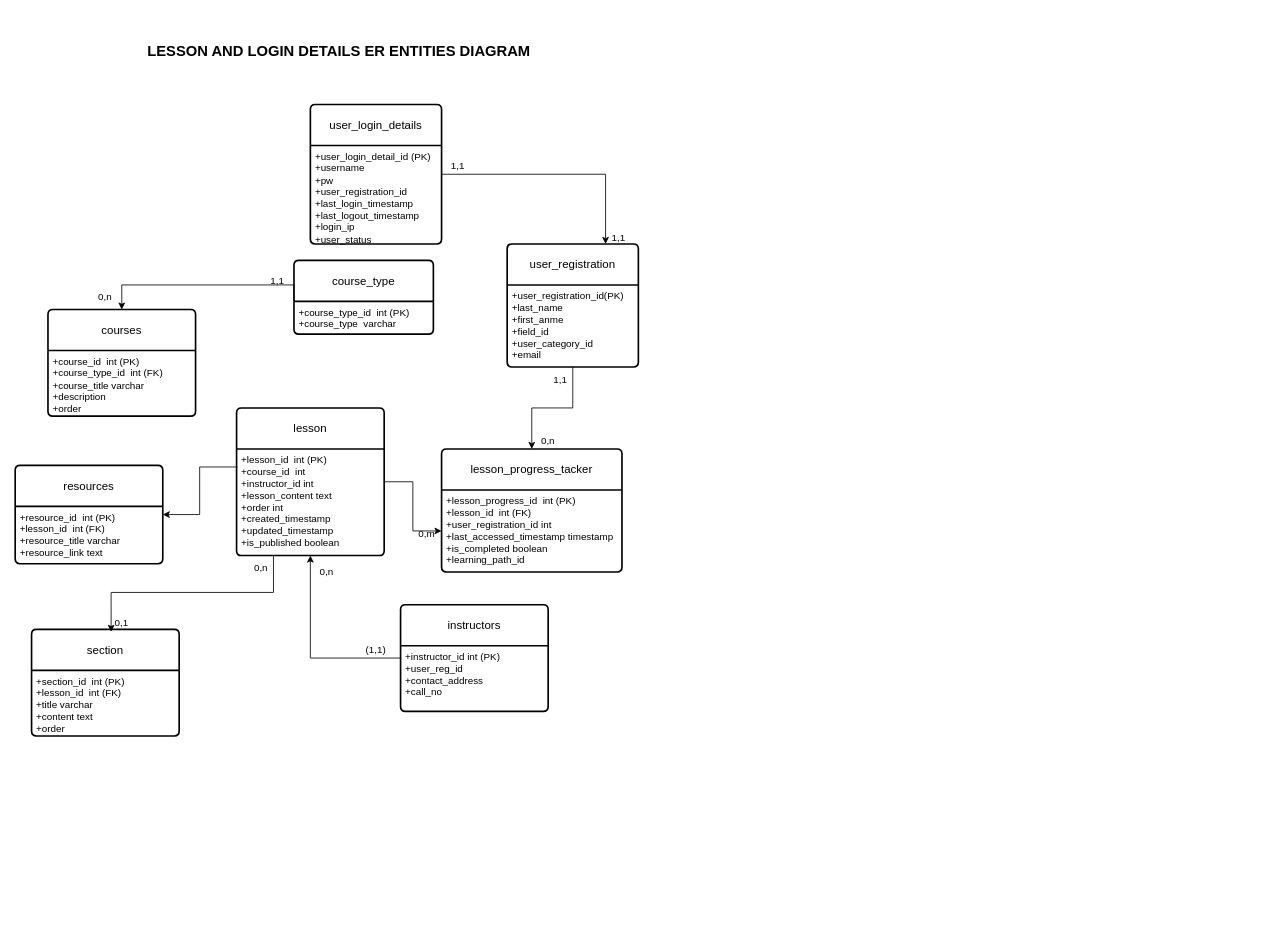
This is illusion db schema models.drawio from The-Illusion-services/illusion-BE, a draw.io file, before an edit. Source tidied: cells renumbered, new cells numbered last; positions are measured from the earlier drawing's top-left corner, leaving out a move shared by most shapes. Both pictures are drawn from the tidied source at 82%, with x=0, y=0 at pixel (15, 39).
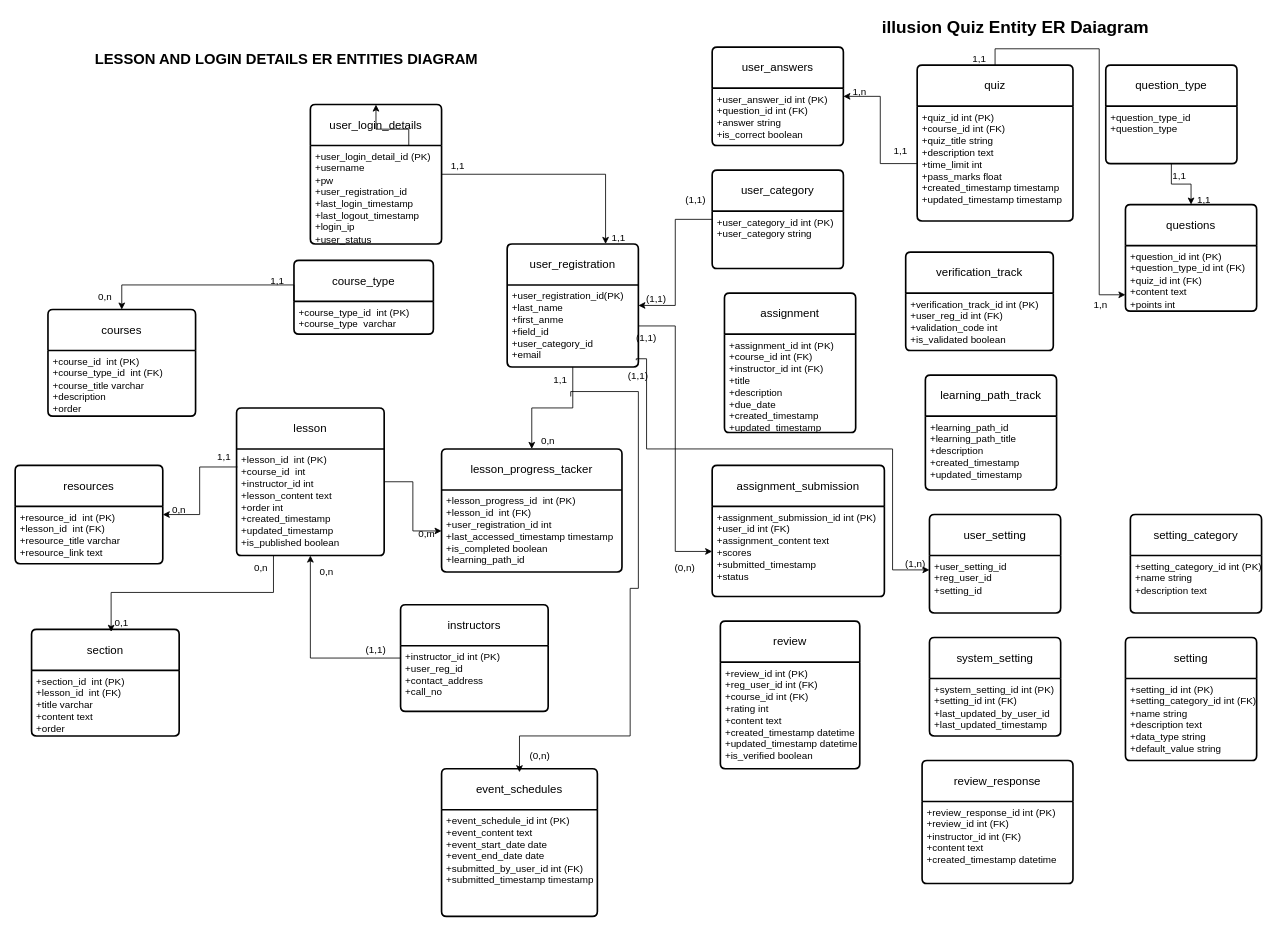
After the change.

Unchanged cells that the change refers to:
```xml
<mxCell id="4" value="user_login_details" style="swimlane;horizontal=1;startSize=50;rounded=1;fontSize=14;fontStyle=0;strokeWidth=2;shadow=0;dashed=0;align=center;arcSize=4;whiteSpace=wrap;html=1;" parent="1" vertex="1">
  <mxGeometry x="360" y="80" width="160" height="170" as="geometry" />
</mxCell>
<mxCell id="5" value="+user_login_detail_id (PK)&lt;br&gt;+username&lt;br&gt;&lt;div&gt;+pw&lt;/div&gt;&lt;div&gt;+user_registration_id&lt;/div&gt;&lt;div&gt;+last_login_timestamp&lt;/div&gt;&lt;div&gt;+last_logout_timestamp&lt;/div&gt;&lt;div&gt;+login_ip&lt;/div&gt;&lt;div&gt;+user_status&lt;br&gt;&lt;/div&gt;" style="align=left;strokeColor=none;fillColor=none;spacingLeft=4;fontSize=12;verticalAlign=top;html=1;" parent="4" vertex="1">
  <mxGeometry y="50" width="160" height="120" as="geometry" />
</mxCell>
<mxCell id="7" value="+user_registration_id(PK) &lt;br&gt;+last_name&lt;br&gt;&lt;div&gt;+first_anme&lt;br&gt;&lt;/div&gt;&lt;div&gt;+field_id&lt;/div&gt;&lt;div&gt;+user_category_id&lt;/div&gt;&lt;div&gt;+email&lt;/div&gt;" style="align=left;strokeColor=none;fillColor=none;spacingLeft=4;fontSize=12;verticalAlign=top;html=1;" parent="6" vertex="1">
  <mxGeometry y="50" width="160" height="100" as="geometry" />
</mxCell>
<mxCell id="9" value="+lesson_id&amp;nbsp; int (PK)&lt;br&gt;+course_id&amp;nbsp; int&lt;br&gt;&lt;div&gt;+instructor_id int&lt;/div&gt;&lt;div&gt;+lesson_content text&lt;/div&gt;&lt;div&gt;+order int&lt;br&gt;&lt;/div&gt;&lt;div&gt;+created_timestamp&lt;/div&gt;&lt;div&gt;+updated_timestamp&lt;/div&gt;&lt;div&gt;+is_published boolean &lt;br&gt;&lt;/div&gt;&lt;div&gt;&lt;br&gt;&lt;/div&gt;" style="align=left;strokeColor=none;fillColor=none;spacingLeft=4;fontSize=12;verticalAlign=top;html=1;" parent="8" vertex="1">
  <mxGeometry y="50" width="180" height="130" as="geometry" />
</mxCell>
<mxCell id="36" value="1,1" style="text;html=1;align=center;verticalAlign=middle;whiteSpace=wrap;rounded=0;" parent="1" vertex="1">
  <mxGeometry x="640" y="396" width="50" height="40" as="geometry" />
</mxCell>
```

Diff of the diagram source:
```diff
@@
     <mxCell id="2" value="LESSON AND LOGIN DETAILS ER ENTITIES DIAGRAM" style="text;html=1;align=center;verticalAlign=middle;whiteSpace=wrap;rounded=0;fontStyle=1;fontSize=18;" parent="1" vertex="1">
-      <mxGeometry x="124" width="542" height="30" as="geometry" />
+      <mxGeometry x="60" y="10" width="542" height="30" as="geometry" />
     </mxCell>
+    <mxCell id="39" value="illusion Quiz Entity ER Daiagram" style="text;html=1;align=center;verticalAlign=middle;whiteSpace=wrap;rounded=0;fontStyle=1;fontSize=21;" parent="1" vertex="1">
+      <mxGeometry x="1010" y="-30" width="420" height="30" as="geometry" />
+    </mxCell>
+    <mxCell id="40" style="edgeStyle=orthogonalEdgeStyle;rounded=0;jettySize=auto;html=1;entryX=1;entryY=0.25;entryDx=0;entryDy=0;" parent="1" edge="1" source="41" target="7">
+      <mxGeometry relative="1" as="geometry" />
+    </mxCell>
+    <mxCell id="41" value="user_category" style="swimlane;horizontal=1;startSize=50;rounded=1;fontSize=14;fontStyle=0;strokeWidth=2;shadow=0;dashed=0;align=center;arcSize=4;whiteSpace=wrap;html=1;" parent="1" vertex="1">
+      <mxGeometry x="850" y="160" width="160" height="120" as="geometry" />
+    </mxCell>
+    <mxCell id="42" value="+user_category_id int (PK)&lt;br&gt;+user_category string" style="align=left;strokeColor=none;fillColor=none;spacingLeft=4;fontSize=12;verticalAlign=top;html=1;" parent="41" vertex="1">
+      <mxGeometry y="50" width="160" height="70" as="geometry" />
+    </mxCell>
+    <mxCell id="43" value="verification_track" style="swimlane;horizontal=1;startSize=50;rounded=1;fontSize=14;fontStyle=0;strokeWidth=2;shadow=0;dashed=0;align=center;arcSize=4;whiteSpace=wrap;html=1;" parent="1" vertex="1">
+      <mxGeometry x="1086" y="260" width="180" height="120" as="geometry" />
+    </mxCell>
+    <mxCell id="44" value="+verification_track_id int (PK)&lt;br&gt;+user_reg_id int (FK)&lt;br&gt;&lt;div&gt;+validation_code int&lt;br&gt;&lt;/div&gt;&lt;div&gt;+is_validated boolean &lt;br&gt;&lt;/div&gt;" style="align=left;strokeColor=none;fillColor=none;spacingLeft=4;fontSize=12;verticalAlign=top;html=1;" parent="43" vertex="1">
+      <mxGeometry y="50" width="180" height="70" as="geometry" />
+    </mxCell>
+    <mxCell id="45" value="learning_path_track" style="swimlane;horizontal=1;startSize=50;rounded=1;fontSize=14;fontStyle=0;strokeWidth=2;shadow=0;dashed=0;align=center;arcSize=4;whiteSpace=wrap;html=1;" parent="1" vertex="1">
+      <mxGeometry x="1110" y="410" width="160" height="140" as="geometry" />
+    </mxCell>
+    <mxCell id="46" value="+learning_path_id&lt;br&gt;+learning_path_title&lt;br&gt;&lt;div&gt;+description&lt;/div&gt;&lt;div&gt;+created_timestamp&lt;/div&gt;&lt;div&gt;+updated_timestamp&lt;br&gt;&lt;/div&gt;" style="align=left;strokeColor=none;fillColor=none;spacingLeft=4;fontSize=12;verticalAlign=top;html=1;" parent="45" vertex="1">
+      <mxGeometry y="50" width="160" height="90" as="geometry" />
+    </mxCell>
+    <mxCell id="47" value="assignment" style="swimlane;horizontal=1;startSize=50;rounded=1;fontSize=14;fontStyle=0;strokeWidth=2;shadow=0;dashed=0;align=center;arcSize=4;whiteSpace=wrap;html=1;" parent="1" vertex="1">
+      <mxGeometry x="865" y="310" width="160" height="170" as="geometry" />
+    </mxCell>
+    <mxCell id="48" value="+assignment_id int (PK)&lt;br&gt;+course_id int (FK)&lt;br&gt;&lt;div&gt;+instructor_id int (FK)&lt;/div&gt;&lt;div&gt;+title&lt;/div&gt;&lt;div&gt;+description&lt;/div&gt;&lt;div&gt;+due_date&lt;/div&gt;&lt;div&gt;+created_timestamp&lt;/div&gt;&lt;div&gt;+updated_timestamp&lt;br&gt;&lt;/div&gt;" style="align=left;strokeColor=none;fillColor=none;spacingLeft=4;fontSize=12;verticalAlign=top;html=1;" parent="47" vertex="1">
+      <mxGeometry y="50" width="160" height="120" as="geometry" />
+    </mxCell>
+    <mxCell id="49" value="assignment_submission" style="swimlane;horizontal=1;startSize=50;rounded=1;fontSize=14;fontStyle=0;strokeWidth=2;shadow=0;dashed=0;align=center;arcSize=4;whiteSpace=wrap;html=1;" parent="1" vertex="1">
+      <mxGeometry x="850" y="520" width="210" height="160" as="geometry" />
+    </mxCell>
+    <mxCell id="50" value="+assignment_submission_id int (PK)&lt;br&gt;+user_id int (FK)&lt;br&gt;&lt;div&gt;+assignment_content text&lt;/div&gt;&lt;div&gt;+scores&lt;/div&gt;&lt;div&gt;+submitted_timestamp&lt;/div&gt;&lt;div&gt;+status&lt;br&gt;&lt;/div&gt;" style="align=left;strokeColor=none;fillColor=none;spacingLeft=4;fontSize=12;verticalAlign=top;html=1;" parent="49" vertex="1">
+      <mxGeometry y="50" width="210" height="110" as="geometry" />
+    </mxCell>
+    <mxCell id="51" value="event_schedules" style="swimlane;horizontal=1;startSize=50;rounded=1;fontSize=14;fontStyle=0;strokeWidth=2;shadow=0;dashed=0;align=center;arcSize=4;whiteSpace=wrap;html=1;" parent="1" vertex="1">
+      <mxGeometry x="520" y="890" width="190" height="180" as="geometry" />
+    </mxCell>
+    <mxCell id="52" value="+event_schedule_id int (PK)&lt;br&gt;+event_content text&lt;br&gt;&lt;div&gt;+event_start_date date&lt;br&gt;&lt;/div&gt;&lt;div&gt;+event_end_date date&lt;br&gt;&lt;/div&gt;&lt;div&gt;+submitted_by_user_id int (FK)&lt;br&gt;&lt;/div&gt;&lt;div&gt;+submitted_timestamp timestamp&lt;br&gt;&lt;/div&gt;" style="align=left;strokeColor=none;fillColor=none;spacingLeft=4;fontSize=12;verticalAlign=top;html=1;" parent="51" vertex="1">
+      <mxGeometry y="50" width="190" height="130" as="geometry" />
+    </mxCell>
+    <mxCell id="53" value="setting_category" style="swimlane;horizontal=1;startSize=50;rounded=1;fontSize=14;fontStyle=0;strokeWidth=2;shadow=0;dashed=0;align=center;arcSize=4;whiteSpace=wrap;html=1;" parent="1" vertex="1">
+      <mxGeometry x="1360" y="580" width="160" height="120" as="geometry" />
+    </mxCell>
+    <mxCell id="54" value="+setting_category_id int (PK)&lt;br&gt;+name string&lt;br&gt;+description text" style="align=left;strokeColor=none;fillColor=none;spacingLeft=4;fontSize=12;verticalAlign=top;html=1;" parent="53" vertex="1">
+      <mxGeometry y="50" width="160" height="70" as="geometry" />
+    </mxCell>
+    <mxCell id="55" style="edgeStyle=orthogonalEdgeStyle;rounded=0;jettySize=auto;html=1;exitX=0.5;exitY=0;exitDx=0;exitDy=0;entryX=0;entryY=0.75;entryDx=0;entryDy=0;" parent="1" edge="1" source="56" target="61">
+      <mxGeometry relative="1" as="geometry" />
+    </mxCell>
+    <mxCell id="56" value="quiz" style="swimlane;horizontal=1;startSize=50;rounded=1;fontSize=14;fontStyle=0;strokeWidth=2;shadow=0;dashed=0;align=center;arcSize=4;whiteSpace=wrap;html=1;" parent="1" vertex="1">
+      <mxGeometry x="1100" y="32" width="190" height="190" as="geometry" />
+    </mxCell>
+    <mxCell id="57" value="+quiz_id int (PK)&lt;br&gt;+course_id int (FK)&lt;br&gt;&lt;div&gt;+quiz_title string&lt;br&gt;&lt;/div&gt;&lt;div&gt;+description text&lt;br&gt;&lt;/div&gt;&lt;div&gt;+time_limit int&lt;br&gt;&lt;/div&gt;&lt;div&gt;+pass_marks float&lt;br&gt;&lt;/div&gt;&lt;div&gt;+created_timestamp timestamp &lt;br&gt;&lt;/div&gt;&lt;div&gt;+updated_timestamp timestamp&lt;br&gt;&lt;/div&gt;" style="align=left;strokeColor=none;fillColor=none;spacingLeft=4;fontSize=12;verticalAlign=top;html=1;" parent="56" vertex="1">
+      <mxGeometry y="50" width="190" height="140" as="geometry" />
+    </mxCell>
+    <mxCell id="58" value="question_type" style="swimlane;horizontal=1;startSize=50;rounded=1;fontSize=14;fontStyle=0;strokeWidth=2;shadow=0;dashed=0;align=center;arcSize=4;whiteSpace=wrap;html=1;" parent="1" vertex="1">
+      <mxGeometry x="1330" y="32" width="160" height="120" as="geometry" />
+    </mxCell>
+    <mxCell id="59" value="+question_type_id&lt;br&gt;+question_type" style="align=left;strokeColor=none;fillColor=none;spacingLeft=4;fontSize=12;verticalAlign=top;html=1;" parent="58" vertex="1">
+      <mxGeometry y="50" width="160" height="70" as="geometry" />
+    </mxCell>
+    <mxCell id="60" value="questions" style="swimlane;horizontal=1;startSize=50;rounded=1;fontSize=14;fontStyle=0;strokeWidth=2;shadow=0;dashed=0;align=center;arcSize=4;whiteSpace=wrap;html=1;" parent="1" vertex="1">
+      <mxGeometry x="1354" y="202" width="160" height="130" as="geometry" />
+    </mxCell>
+    <mxCell id="61" value="+question_id int (PK)&lt;br&gt;+question_type_id int (FK)&lt;br&gt;&lt;div&gt;+quiz_id int (FK)&lt;/div&gt;&lt;div&gt;+content text&lt;/div&gt;&lt;div&gt;+points int &lt;br&gt;&lt;/div&gt;&lt;div&gt;&lt;br&gt;&lt;/div&gt;" style="align=left;strokeColor=none;fillColor=none;spacingLeft=4;fontSize=12;verticalAlign=top;html=1;" parent="60" vertex="1">
+      <mxGeometry y="50" width="160" height="80" as="geometry" />
+    </mxCell>
+    <mxCell id="62" value="user_answers" style="swimlane;horizontal=1;startSize=50;rounded=1;fontSize=14;fontStyle=0;strokeWidth=2;shadow=0;dashed=0;align=center;arcSize=4;whiteSpace=wrap;html=1;" parent="1" vertex="1">
+      <mxGeometry x="850" y="10" width="160" height="120" as="geometry" />
+    </mxCell>
+    <mxCell id="63" value="+user_answer_id int (PK)&lt;br&gt;+question_id int (FK)&lt;br&gt;&lt;div&gt;+answer string&lt;/div&gt;&lt;div&gt;+is_correct boolean&lt;br&gt;&lt;/div&gt;" style="align=left;strokeColor=none;fillColor=none;spacingLeft=4;fontSize=12;verticalAlign=top;html=1;" parent="62" vertex="1">
+      <mxGeometry y="50" width="160" height="70" as="geometry" />
+    </mxCell>
+    <mxCell id="64" style="edgeStyle=orthogonalEdgeStyle;rounded=0;jettySize=auto;html=1;entryX=0.5;entryY=0;entryDx=0;entryDy=0;" parent="1" edge="1" source="59" target="60">
+      <mxGeometry relative="1" as="geometry" />
+    </mxCell>
+    <mxCell id="65" value="1,1" style="text;html=1;align=center;verticalAlign=middle;whiteSpace=wrap;rounded=0;" parent="1" vertex="1">
+      <mxGeometry x="1390" y="152" width="60" height="30" as="geometry" />
+    </mxCell>
+    <mxCell id="66" value="1,1" style="text;html=1;align=center;verticalAlign=middle;whiteSpace=wrap;rounded=0;" parent="1" vertex="1">
+      <mxGeometry x="1420" y="182" width="60" height="30" as="geometry" />
+    </mxCell>
+    <mxCell id="67" value="1,1" style="text;html=1;align=center;verticalAlign=middle;whiteSpace=wrap;rounded=0;" parent="1" vertex="1">
+      <mxGeometry x="1146" y="10" width="60" height="30" as="geometry" />
+    </mxCell>
+    <mxCell id="68" value="1,n" style="text;html=1;align=center;verticalAlign=middle;whiteSpace=wrap;rounded=0;" parent="1" vertex="1">
+      <mxGeometry x="1294" y="310" width="60" height="30" as="geometry" />
+    </mxCell>
+    <mxCell id="69" style="edgeStyle=orthogonalEdgeStyle;rounded=0;jettySize=auto;html=1;entryX=1;entryY=0.5;entryDx=0;entryDy=0;" parent="1" edge="1" source="57" target="62">
+      <mxGeometry relative="1" as="geometry" />
+    </mxCell>
+    <mxCell id="70" value="1,1" style="text;html=1;align=center;verticalAlign=middle;whiteSpace=wrap;rounded=0;" parent="1" vertex="1">
+      <mxGeometry x="1050" y="122" width="60" height="30" as="geometry" />
+    </mxCell>
+    <mxCell id="71" value="1,n" style="text;html=1;align=center;verticalAlign=middle;whiteSpace=wrap;rounded=0;" parent="1" vertex="1">
+      <mxGeometry x="1000" y="50" width="60" height="30" as="geometry" />
+    </mxCell>
+    <mxCell id="72" value="setting" style="swimlane;horizontal=1;startSize=50;rounded=1;fontSize=14;fontStyle=0;strokeWidth=2;shadow=0;dashed=0;align=center;arcSize=4;whiteSpace=wrap;html=1;" parent="1" vertex="1">
+      <mxGeometry x="1354" y="730" width="160" height="150" as="geometry" />
+    </mxCell>
+    <mxCell id="73" value="+setting_id int (PK)&lt;br&gt;+setting_category_id int (FK)&lt;br&gt;&lt;div&gt;+name string &lt;br&gt;&lt;/div&gt;&lt;div&gt;+description text&lt;br&gt;&lt;/div&gt;&lt;div&gt;+data_type string&lt;br&gt;&lt;/div&gt;&lt;div&gt;+default_value string&lt;br&gt;&lt;/div&gt;" style="align=left;strokeColor=none;fillColor=none;spacingLeft=4;fontSize=12;verticalAlign=top;html=1;" parent="72" vertex="1">
+      <mxGeometry y="50" width="160" height="100" as="geometry" />
+    </mxCell>
+    <mxCell id="74" value="user_setting" style="swimlane;horizontal=1;startSize=50;rounded=1;fontSize=14;fontStyle=0;strokeWidth=2;shadow=0;dashed=0;align=center;arcSize=4;whiteSpace=wrap;html=1;" parent="1" vertex="1">
+      <mxGeometry x="1115" y="580" width="160" height="120" as="geometry" />
+    </mxCell>
+    <mxCell id="75" value="+user_setting_id&lt;br&gt;+reg_user_id&lt;br&gt;+setting_id" style="align=left;strokeColor=none;fillColor=none;spacingLeft=4;fontSize=12;verticalAlign=top;html=1;" parent="74" vertex="1">
+      <mxGeometry y="50" width="160" height="70" as="geometry" />
+    </mxCell>
+    <mxCell id="76" value="system_setting" style="swimlane;horizontal=1;startSize=50;rounded=1;fontSize=14;fontStyle=0;strokeWidth=2;shadow=0;dashed=0;align=center;arcSize=4;whiteSpace=wrap;html=1;" parent="1" vertex="1">
+      <mxGeometry x="1115" y="730" width="160" height="120" as="geometry" />
+    </mxCell>
+    <mxCell id="77" value="+system_setting_id int (PK)&lt;br&gt;+setting_id int (FK)&lt;br&gt;&lt;div&gt;+last_updated_by_user_id&lt;/div&gt;&lt;div&gt;+last_updated_timestamp &lt;br&gt;&lt;/div&gt;" style="align=left;strokeColor=none;fillColor=none;spacingLeft=4;fontSize=12;verticalAlign=top;html=1;" parent="76" vertex="1">
+      <mxGeometry y="50" width="160" height="70" as="geometry" />
+    </mxCell>
+    <mxCell id="78" value="review" style="swimlane;horizontal=1;startSize=50;rounded=1;fontSize=14;fontStyle=0;strokeWidth=2;shadow=0;dashed=0;align=center;arcSize=4;whiteSpace=wrap;html=1;" parent="1" vertex="1">
+      <mxGeometry x="860" y="710" width="170" height="180" as="geometry" />
+    </mxCell>
+    <mxCell id="79" value="+review_id int (PK)&lt;br&gt;+reg_user_id int (FK)&lt;br&gt;&lt;div&gt;+course_id int (FK)&lt;/div&gt;&lt;div&gt;+rating int &lt;br&gt;&lt;/div&gt;&lt;div&gt;+content text&lt;/div&gt;&lt;div&gt;+created_timestamp datetime&lt;/div&gt;&lt;div&gt;+updated_timestamp datetime&lt;/div&gt;&lt;div&gt;+is_verified boolean&lt;/div&gt;&lt;div&gt;&lt;br&gt;&lt;/div&gt;" style="align=left;strokeColor=none;fillColor=none;spacingLeft=4;fontSize=12;verticalAlign=top;html=1;" parent="78" vertex="1">
+      <mxGeometry y="50" width="170" height="130" as="geometry" />
+    </mxCell>
+    <mxCell id="80" value="review_response" style="swimlane;horizontal=1;startSize=50;rounded=1;fontSize=14;fontStyle=0;strokeWidth=2;shadow=0;dashed=0;align=center;arcSize=4;whiteSpace=wrap;html=1;" parent="1" vertex="1">
+      <mxGeometry x="1106" y="880" width="184" height="150" as="geometry" />
+    </mxCell>
+    <mxCell id="81" value="+review_response_id int (PK)&lt;br&gt;+review_id int (FK)&lt;br&gt;&lt;div&gt;+instructor_id int (FK)&lt;/div&gt;&lt;div&gt;+content text&lt;/div&gt;&lt;div&gt;+created_timestamp datetime &lt;br&gt;&lt;/div&gt;" style="align=left;strokeColor=none;fillColor=none;spacingLeft=4;fontSize=12;verticalAlign=top;html=1;" parent="80" vertex="1">
+      <mxGeometry y="50" width="184" height="100" as="geometry" />
+    </mxCell>
+    <mxCell id="82" style="edgeStyle=orthogonalEdgeStyle;rounded=0;jettySize=auto;html=1;exitX=0.75;exitY=1;exitDx=0;exitDy=0;" parent="1" edge="1" source="36">
+      <mxGeometry relative="1" as="geometry">
+        <mxPoint x="615" y="894.3" as="targetPoint" />
+        <Array as="points">
+          <mxPoint x="678" y="430" />
+          <mxPoint x="760" y="430" />
+          <mxPoint x="760" y="670" />
+          <mxPoint x="750" y="670" />
+          <mxPoint x="750" y="850" />
+          <mxPoint x="615" y="850" />
+        </Array>
+      </mxGeometry>
+    </mxCell>
+    <mxCell id="19" value="resources" style="swimlane;horizontal=1;startSize=50;rounded=1;fontSize=14;fontStyle=0;strokeWidth=2;shadow=0;dashed=0;align=center;arcSize=4;whiteSpace=wrap;html=1;" parent="1" vertex="1">
+      <mxGeometry y="520" width="180" height="120" as="geometry" />
+    </mxCell>
+    <mxCell id="20" value="+resource_id&amp;nbsp; int (PK)&lt;br&gt;+lesson_id&amp;nbsp; int (FK)&lt;br&gt;&lt;div&gt;+resource_title varchar&lt;br&gt;&lt;/div&gt;&lt;div&gt;+resource_link text&lt;/div&gt;&lt;div&gt;&amp;nbsp;&lt;br&gt;&lt;/div&gt;&lt;div&gt;&lt;br&gt;&lt;/div&gt;" style="align=left;strokeColor=none;fillColor=none;spacingLeft=4;fontSize=12;verticalAlign=top;html=1;" parent="19" vertex="1">
+      <mxGeometry y="50" width="180" height="70" as="geometry" />
+    </mxCell>
+    <mxCell id="28" style="edgeStyle=orthogonalEdgeStyle;rounded=0;jettySize=auto;html=1;exitX=0.006;exitY=0.169;exitDx=0;exitDy=0;exitPerimeter=0;" parent="1" edge="1" source="9" target="19">
+      <mxGeometry relative="1" as="geometry" />
+    </mxCell>
@@
+    <mxCell id="83" style="edgeStyle=orthogonalEdgeStyle;rounded=0;jettySize=auto;html=1;exitX=0.75;exitY=0;exitDx=0;exitDy=0;" parent="4" edge="1" source="5" target="4">
+      <mxGeometry relative="1" as="geometry" />
+    </mxCell>
@@
-    <mxCell id="19" value="resources" style="swimlane;horizontal=1;startSize=50;rounded=1;fontSize=14;fontStyle=0;strokeWidth=2;shadow=0;dashed=0;align=center;arcSize=4;whiteSpace=wrap;html=1;" parent="1" vertex="1">
-      <mxGeometry y="520" width="180" height="120" as="geometry" />
-    </mxCell>
-    <mxCell id="20" value="+resource_id&amp;nbsp; int (PK)&lt;br&gt;+lesson_id&amp;nbsp; int (FK)&lt;br&gt;&lt;div&gt;+resource_title varchar&lt;br&gt;&lt;/div&gt;&lt;div&gt;+resource_link text&lt;/div&gt;&lt;div&gt;&amp;nbsp;&lt;br&gt;&lt;/div&gt;&lt;div&gt;&lt;br&gt;&lt;/div&gt;" style="align=left;strokeColor=none;fillColor=none;spacingLeft=4;fontSize=12;verticalAlign=top;html=1;" parent="19" vertex="1">
-      <mxGeometry y="50" width="180" height="70" as="geometry" />
-    </mxCell>
@@
-    <mxCell id="28" style="edgeStyle=orthogonalEdgeStyle;rounded=0;jettySize=auto;html=1;exitX=0.006;exitY=0.169;exitDx=0;exitDy=0;exitPerimeter=0;" parent="1" edge="1" source="9" target="19">
-      <mxGeometry relative="1" as="geometry" />
-    </mxCell>
@@
+    <mxCell id="84" value="0,n" style="text;html=1;align=center;verticalAlign=middle;whiteSpace=wrap;rounded=0;" parent="1" vertex="1">
+      <mxGeometry x="170" y="555" width="60" height="40" as="geometry" />
+    </mxCell>
+    <mxCell id="85" value="1,1" style="text;html=1;align=center;verticalAlign=middle;whiteSpace=wrap;rounded=0;" parent="1" vertex="1">
+      <mxGeometry x="225" y="490" width="60" height="40" as="geometry" />
+    </mxCell>
+    <mxCell id="86" value="(0,n)" style="text;html=1;align=center;verticalAlign=middle;whiteSpace=wrap;rounded=0;" parent="1" vertex="1">
+      <mxGeometry x="610" y="860" width="60" height="30" as="geometry" />
+    </mxCell>
+    <mxCell id="87" value="(1,1)" style="text;html=1;align=center;verticalAlign=middle;whiteSpace=wrap;rounded=0;" parent="1" vertex="1">
+      <mxGeometry x="752" y="302" width="60" height="30" as="geometry" />
+    </mxCell>
+    <mxCell id="88" value="(1,1)" style="text;html=1;align=center;verticalAlign=middle;whiteSpace=wrap;rounded=0;" parent="1" vertex="1">
+      <mxGeometry x="800" y="182" width="60" height="30" as="geometry" />
+    </mxCell>
+    <mxCell id="89" style="edgeStyle=orthogonalEdgeStyle;rounded=0;jettySize=auto;html=1;entryX=0;entryY=0.5;entryDx=0;entryDy=0;" parent="1" edge="1" source="7" target="50">
+      <mxGeometry relative="1" as="geometry" />
+    </mxCell>
+    <mxCell id="90" style="edgeStyle=orthogonalEdgeStyle;rounded=0;jettySize=auto;html=1;entryX=0;entryY=0.25;entryDx=0;entryDy=0;exitX=0.984;exitY=0.918;exitDx=0;exitDy=0;exitPerimeter=0;" parent="1" edge="1" source="7" target="75">
+      <mxGeometry relative="1" as="geometry">
+        <Array as="points">
+          <mxPoint x="757" y="390" />
+          <mxPoint x="770" y="390" />
+          <mxPoint x="770" y="500" />
+          <mxPoint x="1070" y="500" />
+          <mxPoint x="1070" y="647" />
+        </Array>
+      </mxGeometry>
+    </mxCell>
+    <mxCell id="91" value="(1,1)" style="text;html=1;align=center;verticalAlign=middle;whiteSpace=wrap;rounded=0;" parent="1" vertex="1">
+      <mxGeometry x="740" y="350" width="60" height="30" as="geometry" />
+    </mxCell>
+    <mxCell id="92" value="(0,n)" style="text;html=1;align=center;verticalAlign=middle;whiteSpace=wrap;rounded=0;" parent="1" vertex="1">
+      <mxGeometry x="787" y="630" width="60" height="30" as="geometry" />
+    </mxCell>
+    <mxCell id="93" value="(1,1)" style="text;html=1;align=center;verticalAlign=middle;whiteSpace=wrap;rounded=0;" parent="1" vertex="1">
+      <mxGeometry x="730" y="396" width="60" height="30" as="geometry" />
+    </mxCell>
+    <mxCell id="94" value="(1,n)" style="text;html=1;align=center;verticalAlign=middle;whiteSpace=wrap;rounded=0;" parent="1" vertex="1">
+      <mxGeometry x="1068" y="625" width="60" height="30" as="geometry" />
+    </mxCell>
```
